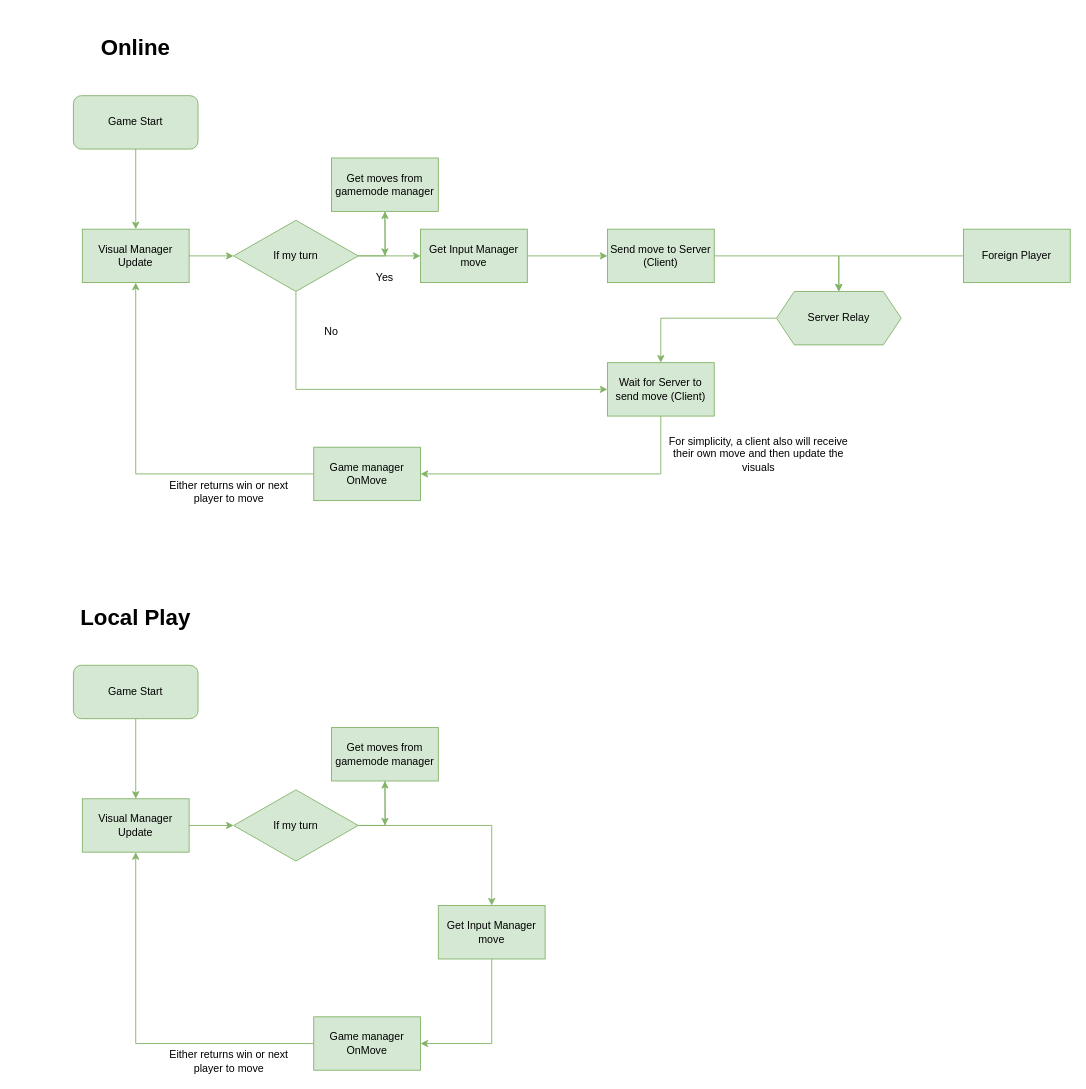
Above: page "Game Flow" (5 of 5) of Docs/Plan Diagram (open with www.draw.io).drawio in Robert-M-Lucas/NEA (draw.io), before the change. Source tidied: cells renumbered, new cells numbered last; positions are measured from the earlier drawing's top-left corner, leaving out a move shared by most shapes. Both pictures are drawn from the tidied source at 89%, with x=0, y=0 at pixel (15, 15).
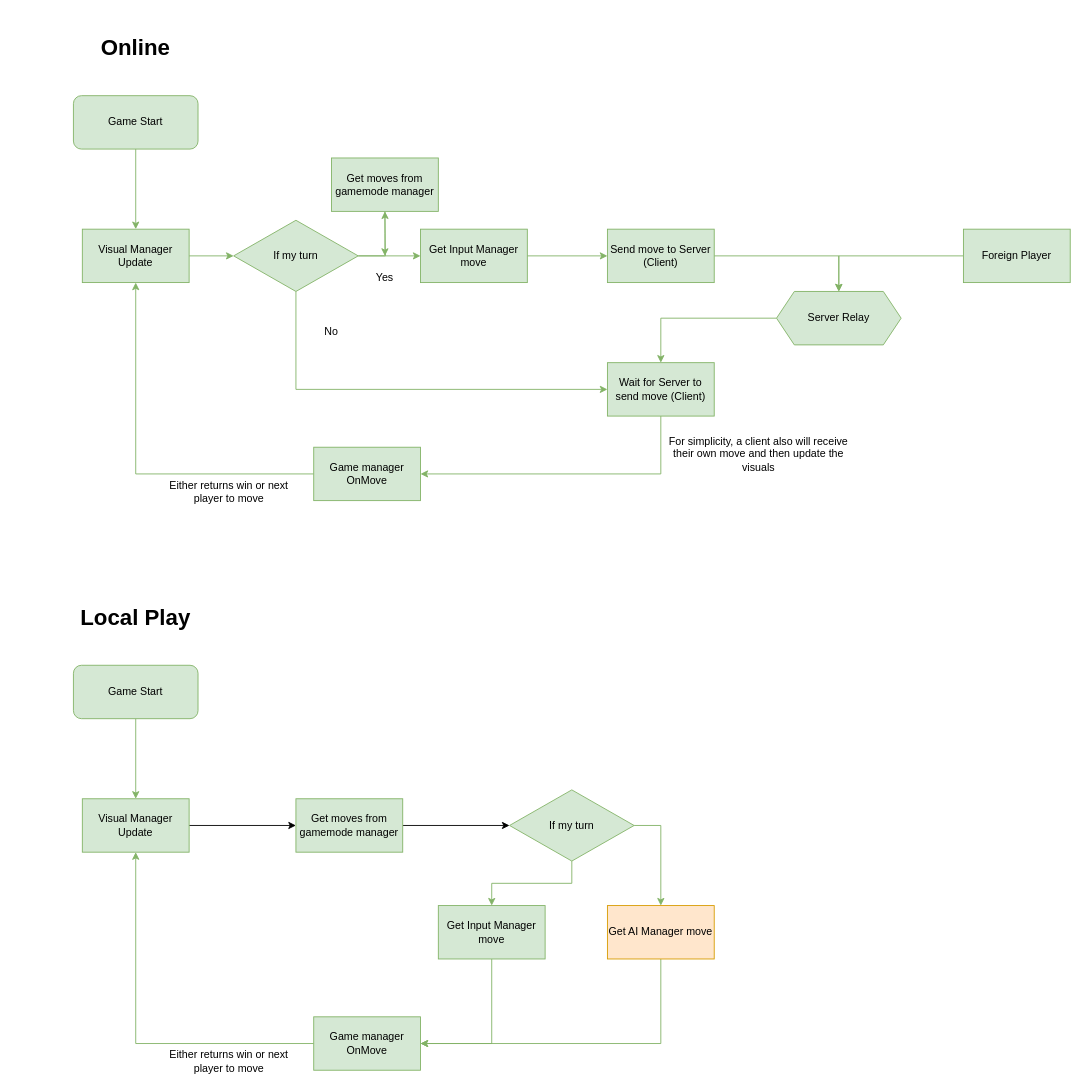
After the change.

The change refers to these unchanged cells:
```xml
<mxCell id="35" value="Visual Manager Update" style="rounded=0;whiteSpace=wrap;html=1;fillColor=#d5e8d4;strokeColor=#82b366;" parent="1" vertex="1">
  <mxGeometry x="75" y="880" width="120" height="60" as="geometry" />
</mxCell>
<mxCell id="39" value="Game manager OnMove" style="rounded=0;whiteSpace=wrap;html=1;fillColor=#d5e8d4;strokeColor=#82b366;" parent="1" vertex="1">
  <mxGeometry x="335" y="1125" width="120" height="60" as="geometry" />
</mxCell>
<mxCell id="43" value="Get Input Manager move" style="rounded=0;whiteSpace=wrap;html=1;fillColor=#d5e8d4;strokeColor=#82b366;" parent="1" vertex="1">
  <mxGeometry x="475" y="1000" width="120" height="60" as="geometry" />
</mxCell>
```

Change to the diagram source:
```diff
@@
-    <mxCell id="31" style="edgeStyle=orthogonalEdgeStyle;rounded=0;jettySize=auto;html=1;exitX=1;exitY=0.5;exitDx=0;exitDy=0;fillColor=#d5e8d4;strokeColor=#82b366;" parent="1" edge="1" source="33">
-      <mxGeometry relative="1" as="geometry">
-        <mxPoint x="415" y="860" as="targetPoint" />
-      </mxGeometry>
-    </mxCell>
-    <mxCell id="32" style="edgeStyle=orthogonalEdgeStyle;rounded=0;jettySize=auto;html=1;exitX=1;exitY=0.5;exitDx=0;exitDy=0;entryX=0.5;entryY=0;entryDx=0;entryDy=0;fontSize=25;fillColor=#d5e8d4;strokeColor=#82b366;" parent="1" edge="1" source="33" target="43">
+    <mxCell id="32" style="edgeStyle=orthogonalEdgeStyle;rounded=0;jettySize=auto;html=1;exitX=0.5;exitY=1;exitDx=0;exitDy=0;entryX=0.5;entryY=0;entryDx=0;entryDy=0;fillColor=#d5e8d4;strokeColor=#82b366;" parent="1" edge="1" source="33" target="43">
       <mxGeometry relative="1" as="geometry" />
     </mxCell>
+    <mxCell id="44" style="edgeStyle=orthogonalEdgeStyle;rounded=0;jettySize=auto;html=1;exitX=1;exitY=0.5;exitDx=0;exitDy=0;entryX=0.5;entryY=0;entryDx=0;entryDy=0;fillColor=#d5e8d4;strokeColor=#82b366;" parent="1" edge="1" source="33" target="48">
+      <mxGeometry relative="1" as="geometry" />
+    </mxCell>
     <mxCell id="33" value="If my turn" style="rhombus;whiteSpace=wrap;html=1;fillColor=#d5e8d4;strokeColor=#82b366;" parent="1" vertex="1">
-      <mxGeometry x="245" y="870" width="140" height="80" as="geometry" />
+      <mxGeometry x="555" y="870" width="140" height="80" as="geometry" />
     </mxCell>
-    <mxCell id="34" style="edgeStyle=orthogonalEdgeStyle;rounded=0;jettySize=auto;html=1;entryX=0;entryY=0.5;entryDx=0;entryDy=0;fillColor=#d5e8d4;strokeColor=#82b366;" parent="1" edge="1" source="35" target="33">
-      <mxGeometry relative="1" as="geometry" />
-    </mxCell>
+    <mxCell id="45" style="edgeStyle=orthogonalEdgeStyle;rounded=0;jettySize=auto;html=1;exitX=1;exitY=0.5;exitDx=0;exitDy=0;entryX=0;entryY=0.5;entryDx=0;entryDy=0;" parent="1" edge="1" source="35" target="37">
+      <mxGeometry relative="1" as="geometry" />
+    </mxCell>
@@
-    <mxCell id="36" style="edgeStyle=orthogonalEdgeStyle;rounded=0;jettySize=auto;html=1;exitX=0.5;exitY=1;exitDx=0;exitDy=0;fillColor=#d5e8d4;strokeColor=#82b366;" parent="1" edge="1" source="37">
-      <mxGeometry relative="1" as="geometry">
-        <mxPoint x="415" y="910" as="targetPoint" />
-      </mxGeometry>
-    </mxCell>
+    <mxCell id="46" style="edgeStyle=orthogonalEdgeStyle;rounded=0;jettySize=auto;html=1;exitX=1;exitY=0.5;exitDx=0;exitDy=0;entryX=0;entryY=0.5;entryDx=0;entryDy=0;" parent="1" edge="1" source="37" target="33">
+      <mxGeometry relative="1" as="geometry" />
+    </mxCell>
     <mxCell id="37" value="Get moves from gamemode manager" style="rounded=0;whiteSpace=wrap;html=1;fillColor=#d5e8d4;strokeColor=#82b366;" parent="1" vertex="1">
-      <mxGeometry x="355" y="800" width="120" height="60" as="geometry" />
+      <mxGeometry x="315" y="880" width="120" height="60" as="geometry" />
     </mxCell>
@@
+    <mxCell id="47" style="edgeStyle=orthogonalEdgeStyle;rounded=0;jettySize=auto;html=1;exitX=0.5;exitY=1;exitDx=0;exitDy=0;entryX=1;entryY=0.5;entryDx=0;entryDy=0;fillColor=#d5e8d4;strokeColor=#82b366;" parent="1" edge="1" source="48" target="39">
+      <mxGeometry relative="1" as="geometry" />
+    </mxCell>
+    <mxCell id="48" value="Get AI Manager move" style="rounded=0;whiteSpace=wrap;html=1;fillColor=#ffe6cc;strokeColor=#d79b00;" parent="1" vertex="1">
+      <mxGeometry x="665" y="1000" width="120" height="60" as="geometry" />
+    </mxCell>
```
